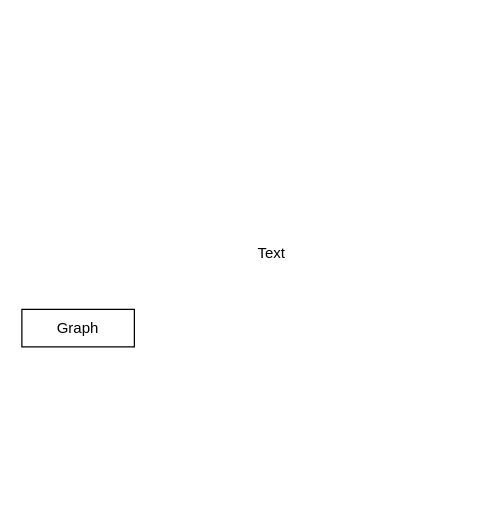
haoboliu66/Diagram keeps this draw.io diagram as DAA.drawio. Above is the earlier version. Source tidied: cells renumbered, new cells numbered last; positions are measured from the earlier drawing's top-left corner, leaving out a move shared by most shapes. Both pictures are drawn from the tidied source at 125%, with x=0, y=0 at pixel (21, 234).
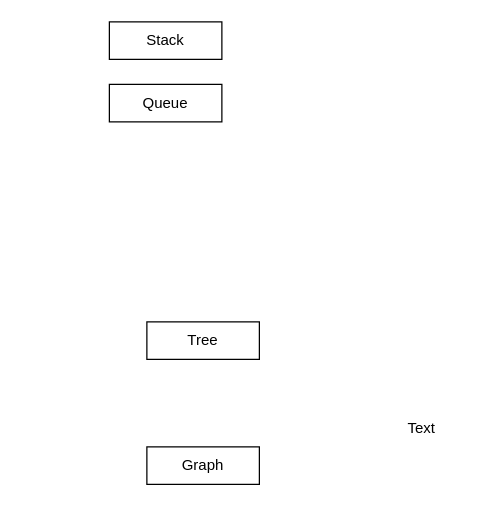
The same diagram, later.

The edit, as a diff of the source:
```diff
@@
 <mxGraphModel>
   <root>
     <mxCell id="0" />
     <mxCell id="1" parent="0" />
     <mxCell id="2" value="Graph" style="rounded=0;whiteSpace=wrap;html=1;" parent="1" vertex="1">
-      <mxGeometry y="60" width="90" height="30" as="geometry" />
+      <mxGeometry x="100" y="170" width="90" height="30" as="geometry" />
     </mxCell>
     <mxCell id="3" value="Text" style="text;html=1;align=center;verticalAlign=middle;whiteSpace=wrap;rounded=0;" parent="1" vertex="1">
-      <mxGeometry x="170" width="60" height="30" as="geometry" />
+      <mxGeometry x="290" y="140" width="60" height="30" as="geometry" />
     </mxCell>
+    <mxCell id="4" value="Stack" style="rounded=0;whiteSpace=wrap;html=1;" parent="1" vertex="1">
+      <mxGeometry x="70" y="-170" width="90" height="30" as="geometry" />
+    </mxCell>
+    <mxCell id="5" value="Queue" style="rounded=0;whiteSpace=wrap;html=1;" parent="1" vertex="1">
+      <mxGeometry x="70" y="-120" width="90" height="30" as="geometry" />
+    </mxCell>
+    <mxCell id="6" value="Tree" style="rounded=0;whiteSpace=wrap;html=1;" parent="1" vertex="1">
+      <mxGeometry x="100" y="70" width="90" height="30" as="geometry" />
+    </mxCell>
   </root>
 </mxGraphModel>
```
